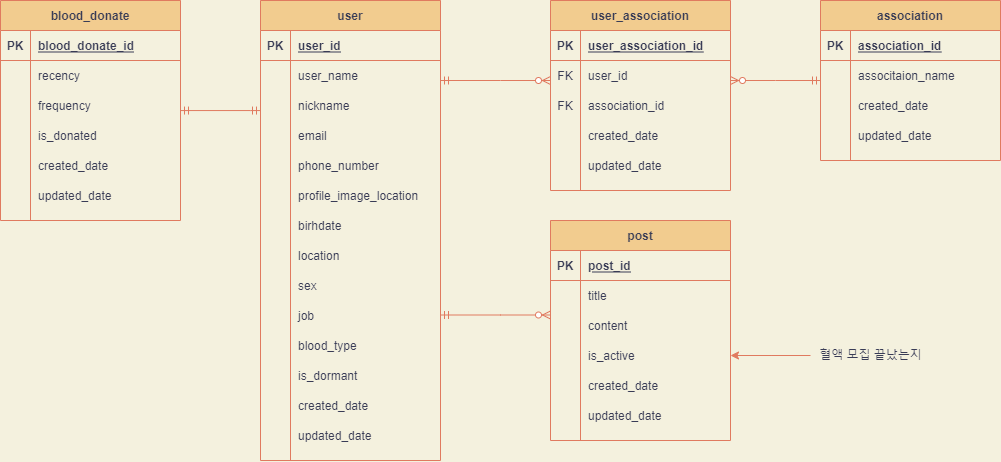
Earlier version of the draw.io export Untitled Diagram.drawio.png (CYC0227/lab). Source tidied: cells renumbered, new cells last; positions are measured from the earlier drawing's top-left corner, leaving out a move shared by most shapes.
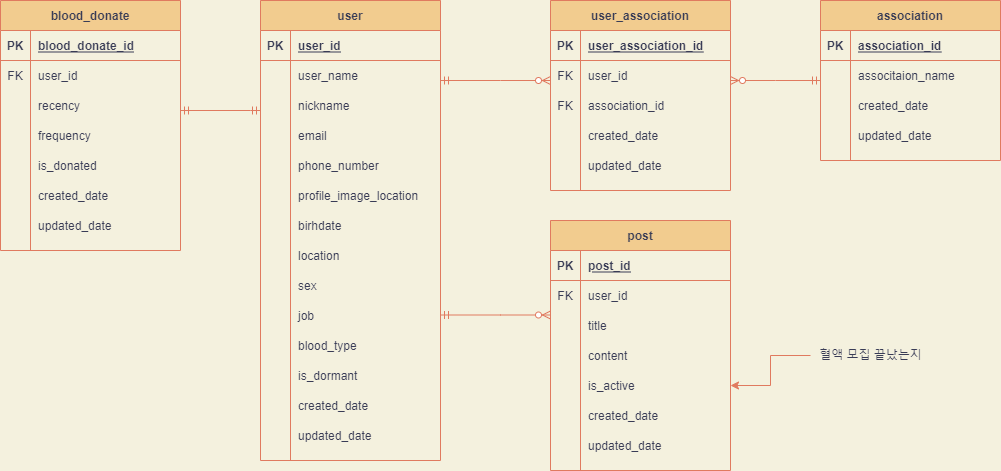
The same diagram one commit later.

The edit, as a diff of the source:
```diff
@@ -234,7 +234,7 @@
       </mxGeometry>
     </mxCell>
     <mxCell id="76" value="post" style="shape=table;startSize=30;rowLines=0;fontStyle=1;align=center;fillColor=#F2CC8F;strokeColor=#E07A5F;fontColor=#393C56;" parent="1" vertex="1">
-      <mxGeometry x="550" y="220" width="180" height="220" as="geometry" />
+      <mxGeometry x="550" y="220" width="180" height="250" as="geometry" />
     </mxCell>
     <mxCell id="77" style="shape=partialRectangle;fillColor=none;top=0;left=0;bottom=1;right=0;strokeColor=#E07A5F;fontColor=#393C56;" parent="76" vertex="1">
       <mxGeometry y="30" width="180" height="30" as="geometry" />
@@ -245,8 +245,17 @@
     <mxCell id="79" value="post_id" style="shape=partialRectangle;fillColor=none;top=0;left=0;bottom=0;right=0;align=left;spacingLeft=6;fontStyle=5;overflow=hidden;strokeColor=#E07A5F;fontColor=#393C56;" parent="77" vertex="1">
       <mxGeometry x="30" width="150" height="30" as="geometry" />
     </mxCell>
+    <mxCell id="118" style="shape=partialRectangle;fillColor=none;top=0;left=0;bottom=0;right=0;strokeColor=#E07A5F;fontColor=#393C56;" parent="76" vertex="1">
+      <mxGeometry y="60" width="180" height="30" as="geometry" />
+    </mxCell>
+    <mxCell id="119" value="FK" style="shape=partialRectangle;fillColor=none;top=0;left=0;bottom=0;right=0;overflow=hidden;strokeColor=#E07A5F;fontColor=#393C56;" parent="118" vertex="1">
+      <mxGeometry width="30" height="30" as="geometry" />
+    </mxCell>
+    <mxCell id="120" value="user_id" style="shape=partialRectangle;fillColor=none;top=0;left=0;bottom=0;right=0;align=left;spacingLeft=6;overflow=hidden;strokeColor=#E07A5F;fontColor=#393C56;" parent="118" vertex="1">
+      <mxGeometry x="30" width="150" height="30" as="geometry" />
+    </mxCell>
     <mxCell id="80" style="shape=partialRectangle;fillColor=none;top=0;left=0;bottom=0;right=0;strokeColor=#E07A5F;fontColor=#393C56;" parent="76" vertex="1">
-      <mxGeometry y="60" width="180" height="30" as="geometry" />
+      <mxGeometry y="90" width="180" height="30" as="geometry" />
     </mxCell>
     <mxCell id="81" style="shape=partialRectangle;fillColor=none;top=0;left=0;bottom=0;right=0;overflow=hidden;strokeColor=#E07A5F;fontColor=#393C56;" parent="80" vertex="1">
       <mxGeometry width="30" height="30" as="geometry" />
@@ -255,7 +264,7 @@
       <mxGeometry x="30" width="150" height="30" as="geometry" />
     </mxCell>
     <mxCell id="83" style="shape=partialRectangle;fillColor=none;top=0;left=0;bottom=0;right=0;strokeColor=#E07A5F;fontColor=#393C56;" parent="76" vertex="1">
-      <mxGeometry y="90" width="180" height="30" as="geometry" />
+      <mxGeometry y="120" width="180" height="30" as="geometry" />
     </mxCell>
     <mxCell id="84" style="shape=partialRectangle;fillColor=none;top=0;left=0;bottom=0;right=0;overflow=hidden;strokeColor=#E07A5F;fontColor=#393C56;" parent="83" vertex="1">
       <mxGeometry width="30" height="30" as="geometry" />
@@ -264,7 +273,7 @@
       <mxGeometry x="30" width="150" height="30" as="geometry" />
     </mxCell>
     <mxCell id="86" style="shape=partialRectangle;fillColor=none;top=0;left=0;bottom=0;right=0;points=[[0,0.5],[1,0.5]];portConstraint=eastwest;strokeColor=#E07A5F;fontColor=#393C56;" parent="76" vertex="1">
-      <mxGeometry y="120" width="180" height="30" as="geometry" />
+      <mxGeometry y="150" width="180" height="30" as="geometry" />
     </mxCell>
     <mxCell id="87" style="shape=partialRectangle;fillColor=none;top=0;left=0;bottom=0;right=0;overflow=hidden;strokeColor=#E07A5F;fontColor=#393C56;" parent="86" vertex="1">
       <mxGeometry width="30" height="30" as="geometry" />
@@ -273,7 +282,7 @@
       <mxGeometry x="30" width="150" height="30" as="geometry" />
     </mxCell>
     <mxCell id="89" style="shape=partialRectangle;fillColor=none;top=0;left=0;bottom=0;right=0;strokeColor=#E07A5F;fontColor=#393C56;" parent="76" vertex="1">
-      <mxGeometry y="150" width="180" height="30" as="geometry" />
+      <mxGeometry y="180" width="180" height="30" as="geometry" />
     </mxCell>
     <mxCell id="90" style="shape=partialRectangle;fillColor=none;top=0;left=0;bottom=0;right=0;overflow=hidden;strokeColor=#E07A5F;fontColor=#393C56;" parent="89" vertex="1">
       <mxGeometry width="30" height="30" as="geometry" />
@@ -282,7 +291,7 @@
       <mxGeometry x="30" width="150" height="30" as="geometry" />
     </mxCell>
     <mxCell id="92" style="shape=partialRectangle;fillColor=none;top=0;left=0;bottom=0;right=0;strokeColor=#E07A5F;fontColor=#393C56;" parent="76" vertex="1">
-      <mxGeometry y="180" width="180" height="30" as="geometry" />
+      <mxGeometry y="210" width="180" height="30" as="geometry" />
     </mxCell>
     <mxCell id="93" style="shape=partialRectangle;fillColor=none;top=0;left=0;bottom=0;right=0;overflow=hidden;strokeColor=#E07A5F;fontColor=#393C56;" parent="92" vertex="1">
       <mxGeometry width="30" height="30" as="geometry" />
@@ -305,7 +314,7 @@
       <mxGeometry x="810" y="345" width="120" height="20" as="geometry" />
     </mxCell>
     <mxCell id="98" value="blood_donate" style="shape=table;startSize=30;rowLines=0;fontStyle=1;align=center;fillColor=#F2CC8F;strokeColor=#E07A5F;fontColor=#393C56;" parent="1" vertex="1">
-      <mxGeometry width="180" height="220" as="geometry" />
+      <mxGeometry width="180" height="250" as="geometry" />
     </mxCell>
     <mxCell id="99" style="shape=partialRectangle;fillColor=none;top=0;left=0;bottom=1;right=0;strokeColor=#E07A5F;fontColor=#393C56;" parent="98" vertex="1">
       <mxGeometry y="30" width="180" height="30" as="geometry" />
@@ -316,8 +325,17 @@
     <mxCell id="101" value="blood_donate_id" style="shape=partialRectangle;fillColor=none;top=0;left=0;bottom=0;right=0;align=left;spacingLeft=6;fontStyle=5;overflow=hidden;strokeColor=#E07A5F;fontColor=#393C56;" parent="99" vertex="1">
       <mxGeometry x="30" width="150" height="30" as="geometry" />
     </mxCell>
+    <mxCell id="121" style="shape=partialRectangle;fillColor=none;top=0;left=0;bottom=0;right=0;strokeColor=#E07A5F;fontColor=#393C56;" parent="98" vertex="1">
+      <mxGeometry y="60" width="180" height="30" as="geometry" />
+    </mxCell>
+    <mxCell id="122" value="FK" style="shape=partialRectangle;fillColor=none;top=0;left=0;bottom=0;right=0;overflow=hidden;strokeColor=#E07A5F;fontColor=#393C56;" parent="121" vertex="1">
+      <mxGeometry width="30" height="30" as="geometry" />
+    </mxCell>
+    <mxCell id="123" value="user_id" style="shape=partialRectangle;fillColor=none;top=0;left=0;bottom=0;right=0;align=left;spacingLeft=6;overflow=hidden;strokeColor=#E07A5F;fontColor=#393C56;" parent="121" vertex="1">
+      <mxGeometry x="30" width="150" height="30" as="geometry" />
+    </mxCell>
     <mxCell id="102" style="shape=partialRectangle;fillColor=none;top=0;left=0;bottom=0;right=0;strokeColor=#E07A5F;fontColor=#393C56;" parent="98" vertex="1">
-      <mxGeometry y="60" width="180" height="30" as="geometry" />
+      <mxGeometry y="90" width="180" height="30" as="geometry" />
     </mxCell>
     <mxCell id="103" style="shape=partialRectangle;fillColor=none;top=0;left=0;bottom=0;right=0;overflow=hidden;strokeColor=#E07A5F;fontColor=#393C56;" parent="102" vertex="1">
       <mxGeometry width="30" height="30" as="geometry" />
@@ -326,7 +344,7 @@
       <mxGeometry x="30" width="150" height="30" as="geometry" />
     </mxCell>
     <mxCell id="105" style="shape=partialRectangle;fillColor=none;top=0;left=0;bottom=0;right=0;strokeColor=#E07A5F;fontColor=#393C56;" parent="98" vertex="1">
-      <mxGeometry y="90" width="180" height="30" as="geometry" />
+      <mxGeometry y="120" width="180" height="30" as="geometry" />
     </mxCell>
     <mxCell id="106" style="shape=partialRectangle;fillColor=none;top=0;left=0;bottom=0;right=0;overflow=hidden;strokeColor=#E07A5F;fontColor=#393C56;" parent="105" vertex="1">
       <mxGeometry width="30" height="30" as="geometry" />
@@ -335,7 +353,7 @@
       <mxGeometry x="30" width="150" height="30" as="geometry" />
     </mxCell>
     <mxCell id="108" style="shape=partialRectangle;fillColor=none;top=0;left=0;bottom=0;right=0;strokeColor=#E07A5F;fontColor=#393C56;" parent="98" vertex="1">
-      <mxGeometry y="120" width="180" height="30" as="geometry" />
+      <mxGeometry y="150" width="180" height="30" as="geometry" />
     </mxCell>
     <mxCell id="109" style="shape=partialRectangle;fillColor=none;top=0;left=0;bottom=0;right=0;overflow=hidden;strokeColor=#E07A5F;fontColor=#393C56;" parent="108" vertex="1">
       <mxGeometry width="30" height="30" as="geometry" />
@@ -344,7 +362,7 @@
       <mxGeometry x="30" width="150" height="30" as="geometry" />
     </mxCell>
     <mxCell id="111" style="shape=partialRectangle;fillColor=none;top=0;left=0;bottom=0;right=0;strokeColor=#E07A5F;fontColor=#393C56;" parent="98" vertex="1">
-      <mxGeometry y="150" width="180" height="30" as="geometry" />
+      <mxGeometry y="180" width="180" height="30" as="geometry" />
     </mxCell>
     <mxCell id="112" style="shape=partialRectangle;fillColor=none;top=0;left=0;bottom=0;right=0;overflow=hidden;strokeColor=#E07A5F;fontColor=#393C56;" parent="111" vertex="1">
       <mxGeometry width="30" height="30" as="geometry" />
@@ -353,7 +371,7 @@
       <mxGeometry x="30" width="150" height="30" as="geometry" />
     </mxCell>
     <mxCell id="114" style="shape=partialRectangle;fillColor=none;top=0;left=0;bottom=0;right=0;strokeColor=#E07A5F;fontColor=#393C56;" parent="98" vertex="1">
-      <mxGeometry y="180" width="180" height="30" as="geometry" />
+      <mxGeometry y="210" width="180" height="30" as="geometry" />
     </mxCell>
     <mxCell id="115" style="shape=partialRectangle;fillColor=none;top=0;left=0;bottom=0;right=0;overflow=hidden;strokeColor=#E07A5F;fontColor=#393C56;" parent="114" vertex="1">
       <mxGeometry width="30" height="30" as="geometry" />
```
